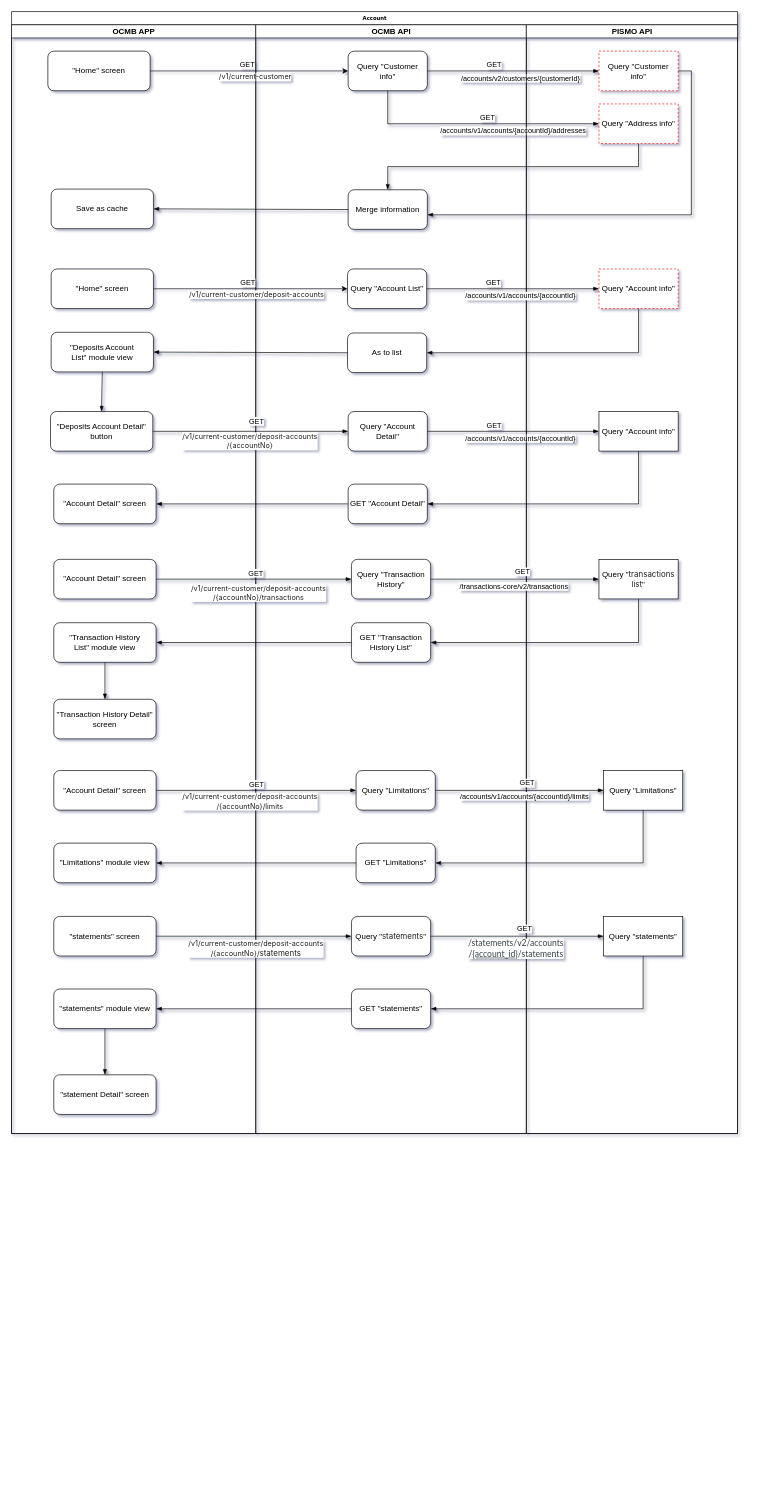
This is page "account" (3 of 5) of user/pismo-regist.drawio from jiangwu85/cloud-config-samples, a draw.io file, before an edit. Source tidied: cells renumbered, new cells numbered last; positions are measured from the earlier drawing's top-left corner, leaving out a move shared by most shapes. Both pictures are drawn from the tidied source at 66%, with x=0, y=0 at pixel (11, 11).
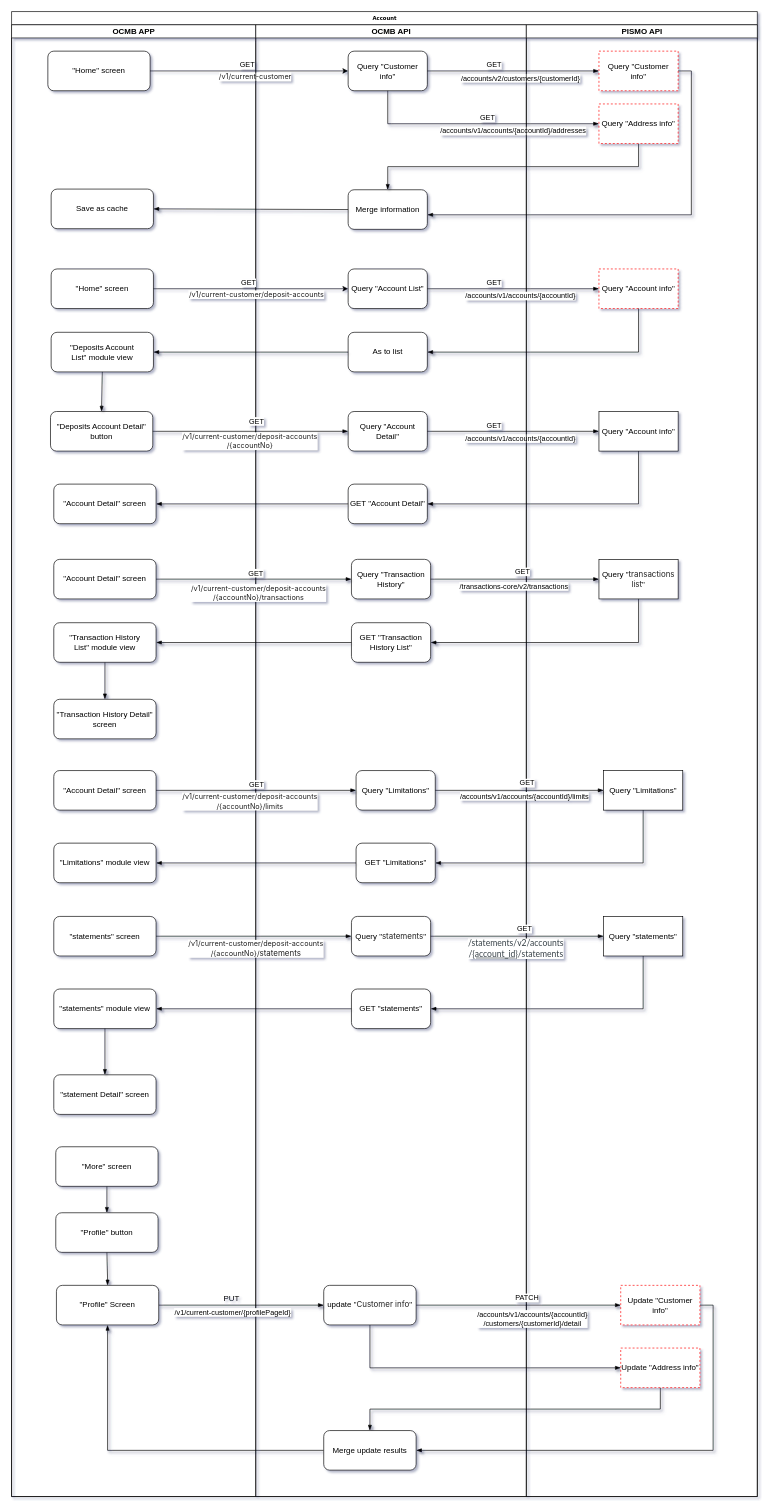
The same page after the edit.

The change refers to these unchanged cells:
```xml
<mxCell id="14" value="&quot;Home&quot; screen" style="rounded=1;whiteSpace=wrap;html=1;" parent="3" vertex="1">
  <mxGeometry x="60" y="370" width="155" height="60" as="geometry" />
</mxCell>
<mxCell id="15" value="&lt;div&gt;&quot;Deposits Account List&quot;&amp;nbsp;module view&lt;/div&gt;" style="rounded=1;whiteSpace=wrap;html=1;" parent="3" vertex="1">
  <mxGeometry x="60" y="466" width="155" height="60" as="geometry" />
</mxCell>
<mxCell id="56" value="Query &quot;Account info&quot;" style="rounded=0;whiteSpace=wrap;html=1;labelBackgroundColor=none;strokeColor=#FF0000;fillColor=#FFFFFF;dashed=1;" parent="51" vertex="1">
  <mxGeometry x="110" y="370" width="120" height="60" as="geometry" />
</mxCell>
```

Diff of the diagram source:
```diff
@@
     <mxCell id="2" value="Account" style="swimlane;html=1;startSize=20;rounded=0;shadow=0;labelBackgroundColor=none;strokeWidth=1;fontFamily=Verdana;fontSize=8;align=center;" parent="1" vertex="1">
-      <mxGeometry width="1100" height="1700" as="geometry" />
+      <mxGeometry width="1130" height="2250" as="geometry" />
     </mxCell>
     <mxCell id="3" value="OCMB APP" style="swimlane;html=1;startSize=20;shadow=0;" parent="2" vertex="1">
-      <mxGeometry y="20" width="370" height="1680" as="geometry" />
+      <mxGeometry y="20" width="370" height="2230" as="geometry" />
     </mxCell>
@@
     <mxCell id="24" value="OCMB API" style="swimlane;html=1;startSize=20;" parent="2" vertex="1">
-      <mxGeometry x="370" y="20" width="410" height="1680" as="geometry" />
+      <mxGeometry x="370" y="20" width="410" height="2230" as="geometry" />
     </mxCell>
@@
+    <mxCell id="87" value="Query &quot;Account List&quot;" style="rounded=1;whiteSpace=wrap;html=1;" parent="24" vertex="1">
+      <mxGeometry x="140" y="370" width="120" height="60" as="geometry" />
+    </mxCell>
+    <mxCell id="88" value="&lt;div&gt;As to list&lt;/div&gt;" style="rounded=1;whiteSpace=wrap;html=1;" parent="24" vertex="1">
+      <mxGeometry x="140" y="466" width="120" height="60" as="geometry" />
+    </mxCell>
@@
     <mxCell id="51" value="PISMO API" style="swimlane;html=1;startSize=20;" parent="2" vertex="1">
-      <mxGeometry x="780" y="20" width="320" height="1680" as="geometry" />
+      <mxGeometry x="780" y="20" width="350" height="2230" as="geometry" />
     </mxCell>
@@
-    <mxCell id="84" style="edgeStyle=orthogonalEdgeStyle;rounded=0;jettySize=auto;html=1;exitX=1;exitY=0.5;exitDx=0;exitDy=0;entryX=0;entryY=0.5;entryDx=0;entryDy=0;" parent="1" edge="1" source="14" target="87">
+    <mxCell id="84" style="edgeStyle=orthogonalEdgeStyle;rounded=0;jettySize=auto;html=1;exitX=1;exitY=0.5;exitDx=0;exitDy=0;entryX=0;entryY=0.5;entryDx=0;entryDy=0;" parent="2" edge="1" source="14" target="87">
       <mxGeometry relative="1" as="geometry" />
     </mxCell>
@@
-    <mxCell id="87" value="Query &quot;Account List&quot;" style="rounded=1;whiteSpace=wrap;html=1;" parent="1" vertex="1">
-      <mxGeometry x="509" y="390" width="120" height="60" as="geometry" />
-    </mxCell>
-    <mxCell id="88" value="&lt;div&gt;As to list&lt;/div&gt;" style="rounded=1;whiteSpace=wrap;html=1;" parent="1" vertex="1">
-      <mxGeometry x="509" y="487" width="120" height="60" as="geometry" />
-    </mxCell>
-    <mxCell id="89" style="edgeStyle=orthogonalEdgeStyle;rounded=0;jumpStyle=line;jettySize=auto;html=1;exitX=0.5;exitY=1;exitDx=0;exitDy=0;entryX=1;entryY=0.5;entryDx=0;entryDy=0;shadow=1;startArrow=none;startFill=0;endArrow=blockThin;endFill=1;" parent="1" edge="1" source="56" target="88">
-      <mxGeometry relative="1" as="geometry" />
-    </mxCell>
-    <mxCell id="90" style="edgeStyle=orthogonalEdgeStyle;rounded=0;jumpStyle=line;jettySize=auto;html=1;exitX=1;exitY=0.5;exitDx=0;exitDy=0;entryX=0;entryY=0.5;entryDx=0;entryDy=0;shadow=1;startArrow=none;startFill=0;endArrow=blockThin;endFill=1;" parent="1" edge="1" source="87" target="56">
+    <mxCell id="90" style="edgeStyle=orthogonalEdgeStyle;rounded=0;jumpStyle=line;jettySize=auto;html=1;exitX=1;exitY=0.5;exitDx=0;exitDy=0;entryX=0;entryY=0.5;entryDx=0;entryDy=0;shadow=1;startArrow=none;startFill=0;endArrow=blockThin;endFill=1;" parent="2" edge="1" source="87" target="56">
       <mxGeometry relative="1" as="geometry" />
     </mxCell>
@@
+    <mxCell id="89" style="edgeStyle=orthogonalEdgeStyle;rounded=0;jumpStyle=line;jettySize=auto;html=1;exitX=0.5;exitY=1;exitDx=0;exitDy=0;entryX=1;entryY=0.5;entryDx=0;entryDy=0;shadow=1;startArrow=none;startFill=0;endArrow=blockThin;endFill=1;" parent="2" edge="1" source="56" target="88">
+      <mxGeometry relative="1" as="geometry" />
+    </mxCell>
-    <mxCell id="93" style="edgeStyle=orthogonalEdgeStyle;rounded=0;jumpStyle=line;jettySize=auto;html=1;exitX=0;exitY=0.5;exitDx=0;exitDy=0;shadow=1;startArrow=none;startFill=0;endArrow=blockThin;endFill=1;" parent="1" edge="1" source="88" target="15">
+    <mxCell id="93" style="edgeStyle=orthogonalEdgeStyle;rounded=0;jumpStyle=line;jettySize=auto;html=1;exitX=0;exitY=0.5;exitDx=0;exitDy=0;shadow=1;startArrow=none;startFill=0;endArrow=blockThin;endFill=1;" parent="2" edge="1" source="88" target="15">
       <mxGeometry relative="1" as="geometry" />
     </mxCell>
+    <mxCell id="94" style="edgeStyle=orthogonalEdgeStyle;rounded=0;jumpStyle=line;jettySize=auto;html=1;exitX=0.5;exitY=1;exitDx=0;exitDy=0;shadow=1;startArrow=none;startFill=0;endArrow=blockThin;endFill=1;" parent="1" edge="1" source="95" target="102">
+      <mxGeometry relative="1" as="geometry" />
+    </mxCell>
+    <mxCell id="95" value="&quot;More&quot; screen" style="rounded=1;whiteSpace=wrap;html=1;" parent="1" vertex="1">
+      <mxGeometry x="67" y="1720" width="155" height="60" as="geometry" />
+    </mxCell>
+    <mxCell id="96" style="edgeStyle=orthogonalEdgeStyle;rounded=0;jumpStyle=line;jettySize=auto;html=1;exitX=0.5;exitY=1;exitDx=0;exitDy=0;entryX=0;entryY=0.5;entryDx=0;entryDy=0;shadow=1;startArrow=none;startFill=0;endArrow=blockThin;endFill=1;" parent="1" edge="1" source="97" target="110">
+      <mxGeometry relative="1" as="geometry" />
+    </mxCell>
+    <mxCell id="97" value="&lt;div style=&quot;text-align: left;&quot;&gt;&lt;span style=&quot;background-color: initial;&quot;&gt;update &quot;&lt;/span&gt;&lt;font face=&quot;Inter, system-ui, -apple-system, BlinkMacSystemFont, Segoe UI, Roboto, Oxygen, Ubuntu, Cantarell, Fira Sans, Droid Sans, Helvetica, Arial, sans-serif&quot; color=&quot;#212121&quot;&gt;&lt;span style=&quot;background-color: rgb(255, 255, 255);&quot;&gt;Customer info&lt;/span&gt;&lt;/font&gt;&lt;span style=&quot;background-color: initial;&quot;&gt;&quot;&lt;/span&gt;&lt;/div&gt;" style="rounded=1;whiteSpace=wrap;html=1;" parent="1" vertex="1">
+      <mxGeometry x="473" y="1930" width="140" height="60" as="geometry" />
+    </mxCell>
+    <mxCell id="98" style="edgeStyle=orthogonalEdgeStyle;rounded=0;jumpStyle=line;jettySize=auto;html=1;exitX=1;exitY=0.5;exitDx=0;exitDy=0;shadow=1;startArrow=none;startFill=0;endArrow=blockThin;endFill=1;" parent="1" edge="1" source="97" target="108">
+      <mxGeometry relative="1" as="geometry" />
+    </mxCell>
+    <mxCell id="99" value="PATCH" style="edgeLabel;html=1;align=center;verticalAlign=middle;" parent="98" vertex="1">
+      <mxGeometry x="0.08" y="2" relative="1" as="geometry">
+        <mxPoint y="-10" as="offset" />
+      </mxGeometry>
+    </mxCell>
+    <mxCell id="100" value="/accounts/v1/accounts/{accountId}&lt;br&gt;/customers/{customerId}/detail" style="edgeLabel;html=1;align=center;verticalAlign=middle;" parent="98" vertex="1">
+      <mxGeometry x="-0.18" y="-2" relative="1" as="geometry">
+        <mxPoint x="48" y="18" as="offset" />
+      </mxGeometry>
+    </mxCell>
+    <mxCell id="101" style="edgeStyle=orthogonalEdgeStyle;rounded=0;jumpStyle=line;jettySize=auto;html=1;exitX=0.5;exitY=1;exitDx=0;exitDy=0;entryX=0.5;entryY=0;entryDx=0;entryDy=0;shadow=1;startArrow=none;startFill=0;endArrow=blockThin;endFill=1;" parent="1" edge="1" source="102" target="105">
+      <mxGeometry relative="1" as="geometry" />
+    </mxCell>
+    <mxCell id="102" value="&quot;Profile&quot; button" style="rounded=1;whiteSpace=wrap;html=1;" parent="1" vertex="1">
+      <mxGeometry x="67" y="1820" width="155" height="60" as="geometry" />
+    </mxCell>
+    <mxCell id="103" style="edgeStyle=orthogonalEdgeStyle;rounded=0;jumpStyle=line;jettySize=auto;html=1;exitX=1;exitY=0.5;exitDx=0;exitDy=0;entryX=0;entryY=0.5;entryDx=0;entryDy=0;shadow=1;startArrow=none;startFill=0;endArrow=blockThin;endFill=1;" parent="1" edge="1" source="105" target="97">
+      <mxGeometry relative="1" as="geometry" />
+    </mxCell>
+    <mxCell id="104" value="/v1/current-customer/{profilePageId}" style="edgeLabel;html=1;align=center;verticalAlign=middle;" parent="103" vertex="1">
+      <mxGeometry x="-0.22" y="-2" relative="1" as="geometry">
+        <mxPoint x="13" y="8" as="offset" />
+      </mxGeometry>
+    </mxCell>
+    <mxCell id="105" value="&quot;Profile&quot; Screen" style="rounded=1;whiteSpace=wrap;html=1;" parent="1" vertex="1">
+      <mxGeometry x="68" y="1930" width="155" height="60" as="geometry" />
+    </mxCell>
+    <mxCell id="106" value="PUT" style="text;html=1;align=center;verticalAlign=middle;strokeColor=none;fillColor=none;" parent="1" vertex="1">
+      <mxGeometry x="308" y="1935" width="50" height="30" as="geometry" />
+    </mxCell>
+    <mxCell id="107" style="edgeStyle=orthogonalEdgeStyle;rounded=0;jumpStyle=line;jettySize=auto;html=1;exitX=1;exitY=0.5;exitDx=0;exitDy=0;entryX=1;entryY=0.5;entryDx=0;entryDy=0;shadow=1;startArrow=none;startFill=0;endArrow=blockThin;endFill=1;" parent="1" edge="1" source="108" target="112">
+      <mxGeometry relative="1" as="geometry" />
+    </mxCell>
+    <mxCell id="108" value="Update &quot;Customer info&quot;" style="rounded=0;whiteSpace=wrap;html=1;labelBackgroundColor=none;strokeColor=#FF0000;fillColor=#FFFFFF;dashed=1;" parent="1" vertex="1">
+      <mxGeometry x="923" y="1930" width="120" height="60" as="geometry" />
+    </mxCell>
+    <mxCell id="109" style="edgeStyle=orthogonalEdgeStyle;rounded=0;jumpStyle=line;jettySize=auto;html=1;exitX=0.5;exitY=1;exitDx=0;exitDy=0;shadow=1;startArrow=none;startFill=0;endArrow=blockThin;endFill=1;" parent="1" edge="1" source="110" target="112">
+      <mxGeometry relative="1" as="geometry" />
+    </mxCell>
+    <mxCell id="110" value="Update &quot;Address info&quot;" style="rounded=0;whiteSpace=wrap;html=1;labelBackgroundColor=none;strokeColor=#FF0000;fillColor=#FFFFFF;dashed=1;" parent="1" vertex="1">
+      <mxGeometry x="923" y="2025" width="120" height="60" as="geometry" />
+    </mxCell>
+    <mxCell id="111" style="edgeStyle=orthogonalEdgeStyle;rounded=0;jumpStyle=line;jettySize=auto;html=1;exitX=0;exitY=0.5;exitDx=0;exitDy=0;entryX=0.5;entryY=1;entryDx=0;entryDy=0;shadow=1;startArrow=none;startFill=0;endArrow=blockThin;endFill=1;" parent="1" edge="1" source="112" target="105">
+      <mxGeometry relative="1" as="geometry" />
+    </mxCell>
+    <mxCell id="112" value="&lt;div style=&quot;text-align: left;&quot;&gt;&lt;div&gt;Merge update results&lt;/div&gt;&lt;/div&gt;" style="rounded=1;whiteSpace=wrap;html=1;" parent="1" vertex="1">
+      <mxGeometry x="473" y="2150" width="140" height="60" as="geometry" />
+    </mxCell>
```
